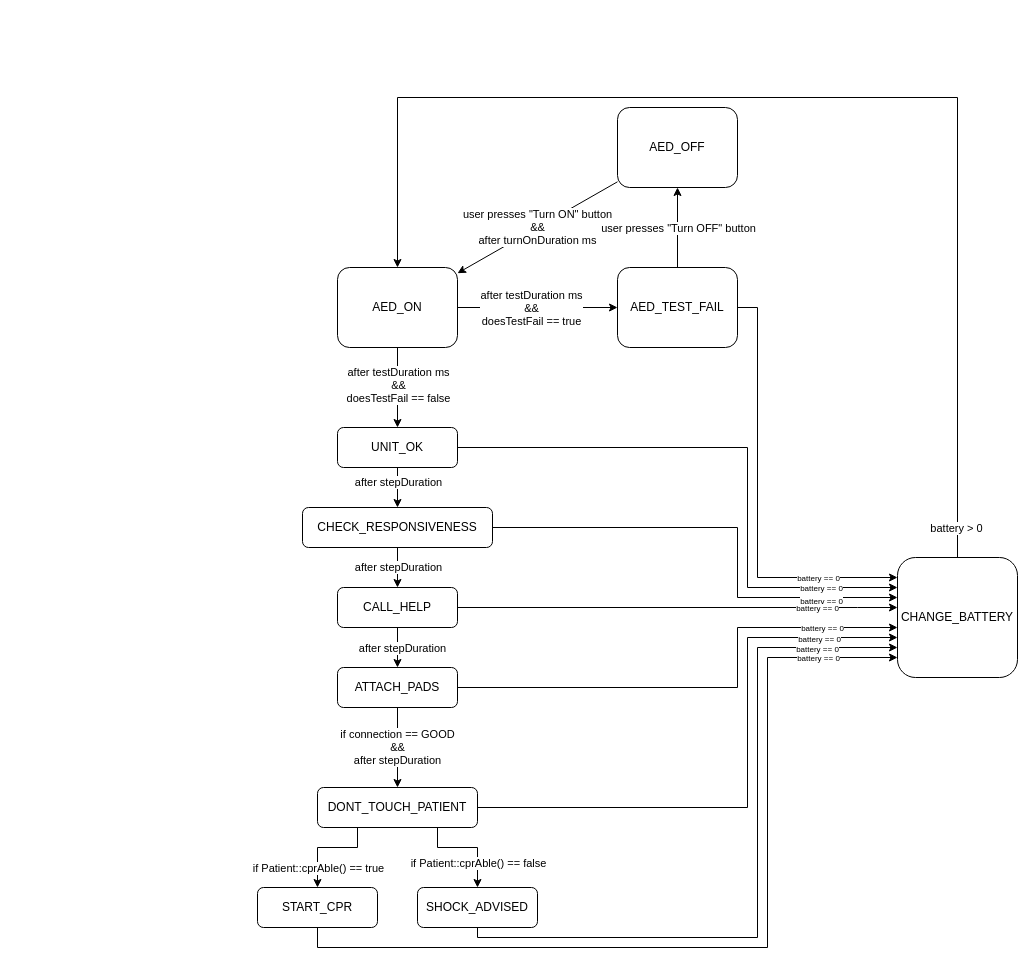
HamzaAlsarakbi/AEDSimulator keeps this draw.io diagram as docs/state-diagrams/aed/aed.drawio. Above is the earlier version. Source tidied: cells renumbered, new cells numbered last; positions are measured from the earlier drawing's top-left corner, leaving out a move shared by most shapes. Both pictures are drawn from the tidied source at 100%, with x=0, y=0 at pixel (257, 97).
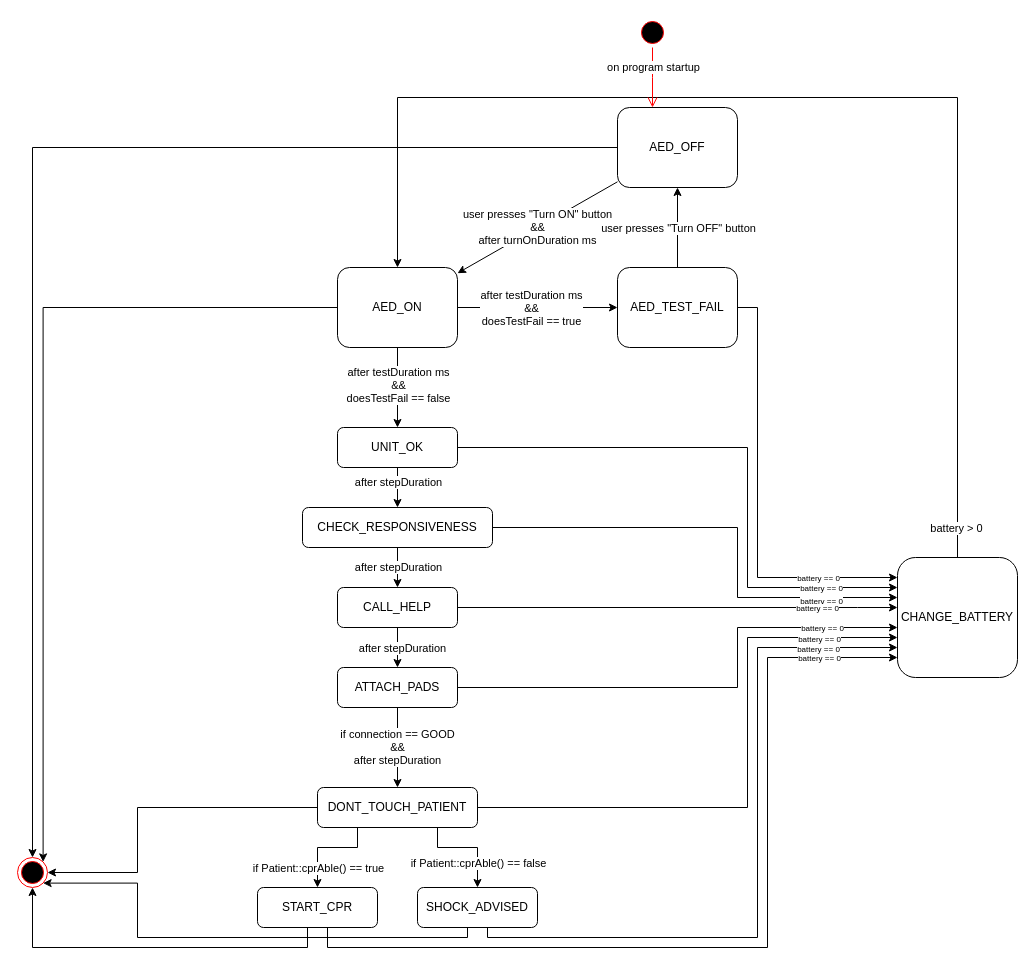
The same page after the edit.

Commit message (it also covers changes not shown here):
added heart states and updated state diagrams

Unchanged cells that the change refers to:
```xml
<mxCell id="3" value="AED_OFF" style="rounded=1;whiteSpace=wrap;html=1;" parent="1" vertex="1">
  <mxGeometry x="360" y="10" width="120" height="80" as="geometry" />
</mxCell>
<mxCell id="8" value="AED_ON" style="rounded=1;whiteSpace=wrap;html=1;" parent="1" vertex="1">
  <mxGeometry x="80" y="170" width="120" height="80" as="geometry" />
</mxCell>
<mxCell id="34" value="DONT_TOUCH_PATIENT" style="rounded=1;whiteSpace=wrap;html=1;" parent="1" vertex="1">
  <mxGeometry x="60" y="690" width="160" height="40" as="geometry" />
</mxCell>
<mxCell id="37" value="START_CPR" style="rounded=1;whiteSpace=wrap;html=1;" parent="1" vertex="1">
  <mxGeometry y="790" width="120" height="40" as="geometry" />
</mxCell>
<mxCell id="45" value="SHOCK_ADVISED" style="rounded=1;whiteSpace=wrap;html=1;" parent="1" vertex="1">
  <mxGeometry x="160" y="790" width="120" height="40" as="geometry" />
</mxCell>
<mxCell id="48" value="CHANGE_BATTERY" style="rounded=1;whiteSpace=wrap;html=1;" parent="1" vertex="1">
  <mxGeometry x="640" y="460" width="120" height="120" as="geometry" />
</mxCell>
```

What changed in the source:
```diff
@@
+    <mxCell id="49" style="edgeStyle=orthogonalEdgeStyle;rounded=0;jettySize=auto;html=1;entryX=0.5;entryY=0;entryDx=0;entryDy=0;" parent="1" edge="1" source="3" target="57">
+      <mxGeometry relative="1" as="geometry" />
+    </mxCell>
@@
+    <mxCell id="50" style="edgeStyle=orthogonalEdgeStyle;rounded=0;jettySize=auto;html=1;entryX=1;entryY=0;entryDx=0;entryDy=0;" parent="1" edge="1" source="8" target="57">
+      <mxGeometry relative="1" as="geometry" />
+    </mxCell>
@@
+    <mxCell id="51" style="edgeStyle=orthogonalEdgeStyle;rounded=0;jettySize=auto;html=1;entryX=1;entryY=0.5;entryDx=0;entryDy=0;" parent="1" edge="1" source="34" target="57">
+      <mxGeometry relative="1" as="geometry">
+        <Array as="points">
+          <mxPoint x="-120" y="710" />
+          <mxPoint x="-120" y="775" />
+        </Array>
+      </mxGeometry>
+    </mxCell>
@@
     <mxCell id="35" style="edgeStyle=orthogonalEdgeStyle;rounded=0;jettySize=auto;html=1;" parent="1" edge="1" source="37" target="48">
       <mxGeometry relative="1" as="geometry">
         <Array as="points">
-          <mxPoint x="60" y="850" />
+          <mxPoint x="70" y="850" />
           <mxPoint x="510" y="850" />
           <mxPoint x="510" y="560" />
         </Array>
       </mxGeometry>
     </mxCell>
@@
+    <mxCell id="52" style="edgeStyle=orthogonalEdgeStyle;rounded=0;jettySize=auto;html=1;entryX=0.5;entryY=1;entryDx=0;entryDy=0;" parent="1" edge="1" source="37" target="57">
+      <mxGeometry relative="1" as="geometry">
+        <Array as="points">
+          <mxPoint x="50" y="850" />
+          <mxPoint x="-225" y="850" />
+        </Array>
+      </mxGeometry>
+    </mxCell>
@@
     <mxCell id="43" style="edgeStyle=orthogonalEdgeStyle;rounded=0;jettySize=auto;html=1;" parent="1" edge="1" source="45" target="48">
       <mxGeometry relative="1" as="geometry">
         <Array as="points">
-          <mxPoint x="220" y="840" />
+          <mxPoint x="230" y="840" />
           <mxPoint x="500" y="840" />
           <mxPoint x="500" y="550" />
         </Array>
       </mxGeometry>
     </mxCell>
@@
+    <mxCell id="53" style="edgeStyle=orthogonalEdgeStyle;rounded=0;jettySize=auto;html=1;entryX=1;entryY=1;entryDx=0;entryDy=0;" parent="1" edge="1" source="45" target="57">
+      <mxGeometry relative="1" as="geometry">
+        <Array as="points">
+          <mxPoint x="210" y="840" />
+          <mxPoint x="-120" y="840" />
+          <mxPoint x="-120" y="786" />
+        </Array>
+      </mxGeometry>
+    </mxCell>
@@
+    <mxCell id="54" style="ellipse;html=1;shape=startState;fillColor=#000000;strokeColor=#ff0000;" parent="1" vertex="1">
+      <mxGeometry x="380" y="-80" width="30" height="30" as="geometry" />
+    </mxCell>
+    <mxCell id="55" style="edgeStyle=orthogonalEdgeStyle;html=1;verticalAlign=bottom;endArrow=open;endSize=8;strokeColor=#ff0000;rounded=0;" parent="1" edge="1" source="54">
+      <mxGeometry relative="1" as="geometry">
+        <mxPoint x="395" y="10" as="targetPoint" />
+      </mxGeometry>
+    </mxCell>
+    <mxCell id="56" value="on program startup" style="edgeLabel;html=1;align=center;verticalAlign=middle;" parent="55" vertex="1">
+      <mxGeometry x="-0.36" relative="1" as="geometry" />
+    </mxCell>
+    <mxCell id="57" style="ellipse;html=1;shape=endState;fillColor=#000000;strokeColor=#ff0000;" parent="1" vertex="1">
+      <mxGeometry x="-240" y="760" width="30" height="30" as="geometry" />
+    </mxCell>
```
